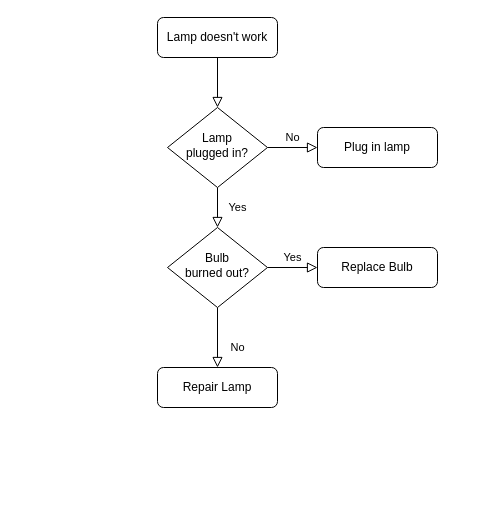
The draw.io diagram assets/Untitled Diagram.drawio in Raquibul-258/Udemy_1, before the edit. Source tidied: cells renumbered, new cells numbered last; positions are measured from the earlier drawing's top-left corner, leaving out a move shared by most shapes. Both pictures are drawn from the tidied source at 100%, with x=0, y=0 at pixel (157, 17).
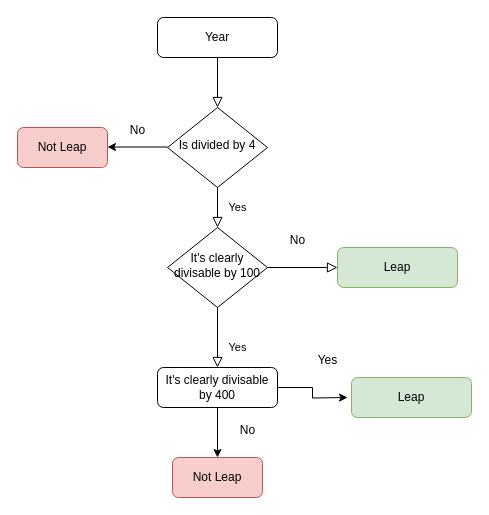
Above is the later version.

Commit message:
Leapyear flow chart

What changed in the source:
```diff
@@
-    <mxCell id="3" value="Lamp doesn't work" style="rounded=1;whiteSpace=wrap;html=1;fontSize=12;glass=0;strokeWidth=1;shadow=0;" parent="1" vertex="1">
+    <mxCell id="3" value="Year" style="rounded=1;whiteSpace=wrap;html=1;fontSize=12;glass=0;strokeWidth=1;shadow=0;" parent="1" vertex="1">
       <mxGeometry width="120" height="40" as="geometry" />
     </mxCell>
@@
-    <mxCell id="5" value="No" style="edgeStyle=orthogonalEdgeStyle;rounded=0;html=1;jettySize=auto;fontSize=11;endArrow=block;endFill=0;endSize=8;strokeWidth=1;shadow=0;labelBackgroundColor=none;" parent="1" edge="1" source="6" target="7">
-      <mxGeometry y="10" relative="1" as="geometry" />
-    </mxCell>
-    <mxCell id="6" value="Lamp&lt;br&gt;plugged in?" style="rhombus;whiteSpace=wrap;html=1;shadow=0;fontFamily=Helvetica;fontSize=12;align=center;strokeWidth=1;spacing=6;spacingTop=-4;" parent="1" vertex="1">
+    <mxCell id="6" value="Is divided by 4" style="rhombus;whiteSpace=wrap;html=1;shadow=0;fontFamily=Helvetica;fontSize=12;align=center;strokeWidth=1;spacing=6;spacingTop=-4;" parent="1" vertex="1">
       <mxGeometry x="10" y="90" width="100" height="80" as="geometry" />
     </mxCell>
-    <mxCell id="7" value="Plug in lamp" style="rounded=1;whiteSpace=wrap;html=1;fontSize=12;glass=0;strokeWidth=1;shadow=0;" parent="1" vertex="1">
-      <mxGeometry x="160" y="110" width="120" height="40" as="geometry" />
-    </mxCell>
-    <mxCell id="8" value="No" style="rounded=0;html=1;jettySize=auto;fontSize=11;endArrow=block;endFill=0;endSize=8;strokeWidth=1;shadow=0;labelBackgroundColor=none;edgeStyle=orthogonalEdgeStyle;" parent="1" edge="1" source="10" target="11">
+    <mxCell id="8" value="Yes" style="rounded=0;html=1;jettySize=auto;fontSize=11;endArrow=block;endFill=0;endSize=8;strokeWidth=1;shadow=0;labelBackgroundColor=none;edgeStyle=orthogonalEdgeStyle;" parent="1" edge="1" source="10" target="11">
       <mxGeometry x="0.33" y="20" relative="1" as="geometry" />
     </mxCell>
+    <mxCell id="10" value="It's clearly divisable by 100" style="rhombus;whiteSpace=wrap;html=1;shadow=0;fontFamily=Helvetica;fontSize=12;align=center;strokeWidth=1;spacing=6;spacingTop=-4;" parent="1" vertex="1">
+      <mxGeometry x="10" y="210" width="100" height="80" as="geometry" />
+    </mxCell>
+    <mxCell id="13" style="edgeStyle=orthogonalEdgeStyle;rounded=0;jettySize=auto;html=1;" parent="1" edge="1" source="11">
+      <mxGeometry relative="1" as="geometry">
+        <mxPoint x="190" y="380" as="targetPoint" />
+      </mxGeometry>
+    </mxCell>
+    <mxCell id="14" style="edgeStyle=orthogonalEdgeStyle;rounded=0;jettySize=auto;html=1;" parent="1" edge="1" source="11" target="22">
+      <mxGeometry relative="1" as="geometry" />
+    </mxCell>
+    <mxCell id="11" value="It's clearly divisable by 400" style="rounded=1;whiteSpace=wrap;html=1;fontSize=12;glass=0;strokeWidth=1;shadow=0;" parent="1" vertex="1">
+      <mxGeometry y="350" width="120" height="40" as="geometry" />
+    </mxCell>
+    <mxCell id="15" value="Leap" style="rounded=1;whiteSpace=wrap;html=1;fontSize=12;glass=0;strokeWidth=1;shadow=0;fillColor=#d5e8d4;strokeColor=#82b366;" parent="1" vertex="1">
+      <mxGeometry x="180" y="230" width="120" height="40" as="geometry" />
+    </mxCell>
+    <mxCell id="16" value="Not Leap" style="rounded=1;whiteSpace=wrap;html=1;fontSize=12;glass=0;strokeWidth=1;shadow=0;fillColor=#f8cecc;strokeColor=#b85450;" parent="1" vertex="1">
+      <mxGeometry x="-140" y="110" width="90" height="40" as="geometry" />
+    </mxCell>
+    <mxCell id="17" style="edgeStyle=orthogonalEdgeStyle;rounded=0;html=1;jettySize=auto;fontSize=11;endArrow=block;endFill=0;endSize=8;strokeWidth=1;shadow=0;labelBackgroundColor=none;" parent="1" edge="1" source="10">
+      <mxGeometry y="10" relative="1" as="geometry">
+        <mxPoint x="180" y="250" as="targetPoint" />
+        <Array as="points">
+          <mxPoint x="10" y="250" />
+        </Array>
+      </mxGeometry>
+    </mxCell>
+    <mxCell id="18" style="endArrow=classic;html=1;rounded=0;" parent="1" edge="1">
+      <mxGeometry relative="1" as="geometry">
+        <mxPoint x="10" y="129.5" as="sourcePoint" />
+        <mxPoint x="-50" y="129.5" as="targetPoint" />
+      </mxGeometry>
+    </mxCell>
+    <mxCell id="19" value="No" style="text;html=1;align=center;verticalAlign=middle;strokeColor=none;fillColor=none;" parent="1" vertex="1">
+      <mxGeometry x="-40" y="98" width="40" height="30" as="geometry" />
+    </mxCell>
+    <mxCell id="20" value="No" style="text;html=1;align=center;verticalAlign=middle;strokeColor=none;fillColor=none;" parent="1" vertex="1">
+      <mxGeometry x="120" y="208" width="40" height="30" as="geometry" />
+    </mxCell>
+    <mxCell id="21" value="Leap" style="rounded=1;whiteSpace=wrap;html=1;fontSize=12;glass=0;strokeWidth=1;shadow=0;fillColor=#d5e8d4;strokeColor=#82b366;" parent="1" vertex="1">
+      <mxGeometry x="194" y="360" width="120" height="40" as="geometry" />
+    </mxCell>
-    <mxCell id="9" value="Yes" style="edgeStyle=orthogonalEdgeStyle;rounded=0;html=1;jettySize=auto;fontSize=11;endArrow=block;endFill=0;endSize=8;strokeWidth=1;shadow=0;labelBackgroundColor=none;" parent="1" edge="1" source="10" target="12">
-      <mxGeometry y="10" relative="1" as="geometry" />
+    <mxCell id="9" value="Yes" style="text;html=1;align=center;verticalAlign=middle;strokeColor=none;fillColor=none;" parent="1" vertex="1">
+      <mxGeometry x="150" y="328" width="40" height="30" as="geometry" />
     </mxCell>
-    <mxCell id="10" value="Bulb&lt;br&gt;burned out?" style="rhombus;whiteSpace=wrap;html=1;shadow=0;fontFamily=Helvetica;fontSize=12;align=center;strokeWidth=1;spacing=6;spacingTop=-4;" parent="1" vertex="1">
-      <mxGeometry x="10" y="210" width="100" height="80" as="geometry" />
-    </mxCell>
-    <mxCell id="11" value="Repair Lamp" style="rounded=1;whiteSpace=wrap;html=1;fontSize=12;glass=0;strokeWidth=1;shadow=0;" parent="1" vertex="1">
-      <mxGeometry y="350" width="120" height="40" as="geometry" />
-    </mxCell>
-    <mxCell id="12" value="Replace Bulb" style="rounded=1;whiteSpace=wrap;html=1;fontSize=12;glass=0;strokeWidth=1;shadow=0;" parent="1" vertex="1">
-      <mxGeometry x="160" y="230" width="120" height="40" as="geometry" />
-    </mxCell>
+    <mxCell id="22" value="Not Leap" style="rounded=1;whiteSpace=wrap;html=1;fontSize=12;glass=0;strokeWidth=1;shadow=0;fillColor=#f8cecc;strokeColor=#b85450;" parent="1" vertex="1">
+      <mxGeometry x="15" y="440" width="90" height="40" as="geometry" />
+    </mxCell>
+    <mxCell id="23" value="No" style="text;html=1;align=center;verticalAlign=middle;strokeColor=none;fillColor=none;" parent="1" vertex="1">
+      <mxGeometry x="70" y="398" width="40" height="30" as="geometry" />
+    </mxCell>
```
